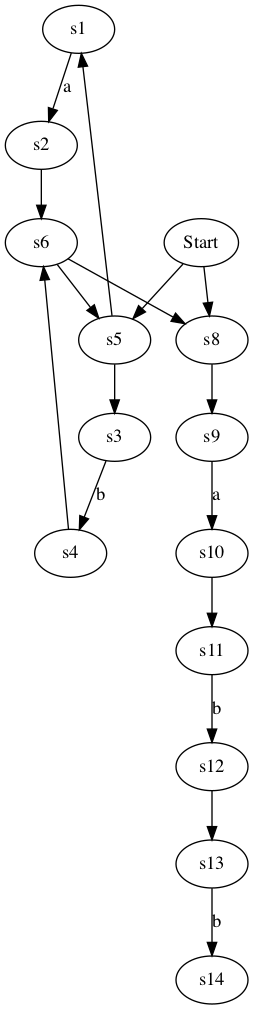
Earlier version of the Graphviz export labs/lab1/output/NFA.gv.png (Blackbackofficial/Compiler_Objc). Its source is kept beside it as labs/lab1/output/NFA.gv.
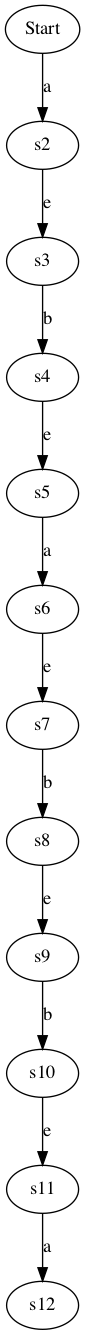
Above is the later version.

Diff of the diagram source:
```diff
@@ -1,32 +1,25 @@
 digraph G {
-s1
-s1->s2[label=a]
+Start
+Start->s2[label=a]
 s2
-s2->s6
+s2->s3[label=e]
 s3
 s3->s4[label=b]
 s4
-s4->s6
+s4->s5[label=e]
 s5
-s5->s3
-s5->s1
+s5->s6[label=a]
 s6
-s6->s5
-s6->s8
-Start
-Start->s5
-Start->s8
+s6->s7[label=e]
+s7
+s7->s8[label=b]
 s8
-s8->s9
+s8->s9[label=e]
 s9
-s9->s10[label=a]
+s9->s10[label=b]
 s10
-s10->s11
+s10->s11[label=e]
 s11
-s11->s12[label=b]
+s11->s12[label=a]
 s12
-s12->s13
-s13
-s13->s14[label=b]
-s14
 }
```
